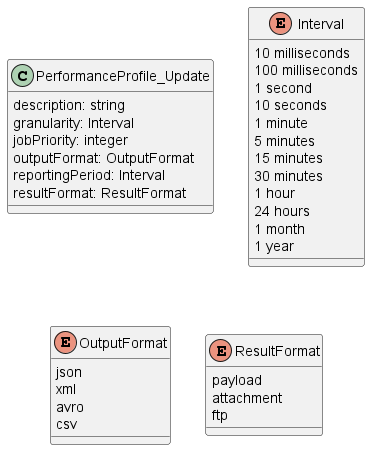
The PlantUML diagram documentation/serviceApi/pm/performance/media/useCase4PatchModel.png in MEF-GIT/MEF-LSO-Legato-SDK, before a commit.
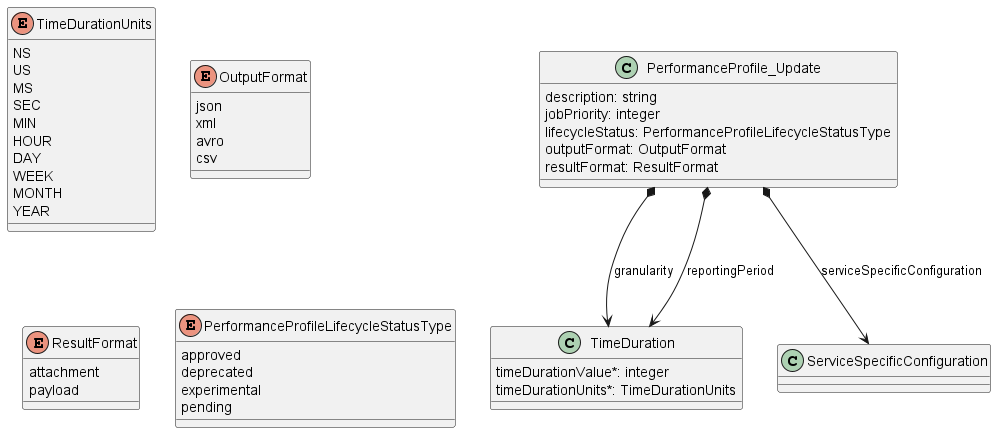
Later version of the same file.

The edit, as a diff of the source:
```diff
@@ -3,27 +3,34 @@
 class PerformanceProfile_Update {
 
     description: string
-    granularity: Interval
     jobPriority: integer
+    lifecycleStatus: PerformanceProfileLifecycleStatusType
     outputFormat: OutputFormat
-    reportingPeriod: Interval
     resultFormat: ResultFormat
 }
 
-enum Interval {
+PerformanceProfile_Update *--> TimeDuration : granularity
+PerformanceProfile_Update *--> TimeDuration : reportingPeriod
+PerformanceProfile_Update *--> ServiceSpecificConfiguration : serviceSpecificConfiguration
 
-    10 milliseconds
-    100 milliseconds
-    1 second
-    10 seconds
-    1 minute
-    5 minutes
-    15 minutes
-    30 minutes
-    1 hour
-    24 hours
-    1 month
-    1 year
+class TimeDuration {
+
+    timeDurationValue*: integer
+    timeDurationUnits*: TimeDurationUnits
+}
+
+enum TimeDurationUnits {
+
+    NS
+    US
+    MS
+    SEC
+    MIN
+    HOUR
+    DAY
+    WEEK
+    MONTH
+    YEAR
 }
 
 enum OutputFormat {
@@ -36,9 +43,16 @@
 
 enum ResultFormat {
 
+    attachment
     payload
-    attachment
-    ftp
+}
+
+enum PerformanceProfileLifecycleStatusType {
+
+    approved
+    deprecated
+    experimental
+    pending
 }
 
 @enduml
```
